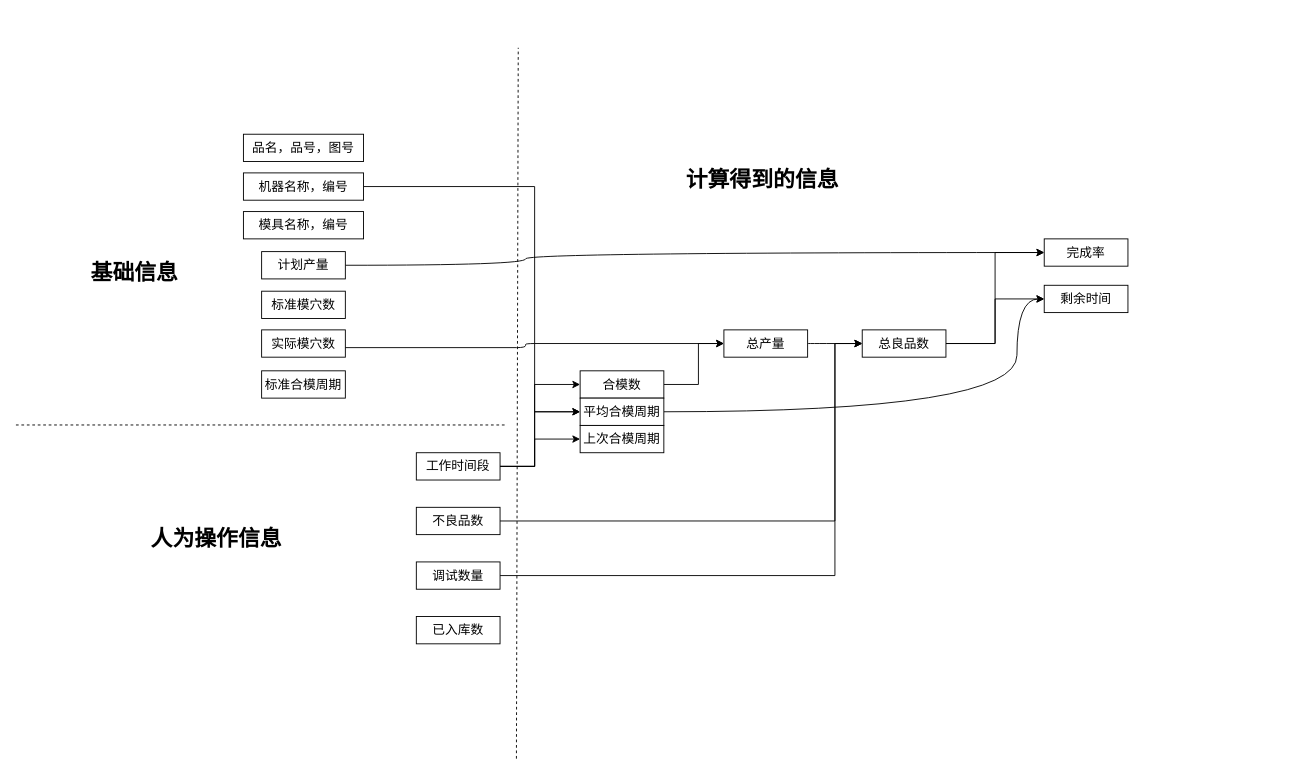
This is page "第 5 页" (5 of 5) of 未命名表单.drawio from k525056857/mfr, a draw.io file, before an edit. Source tidied: cells renumbered, new cells numbered last; positions are measured from the earlier drawing's top-left corner, leaving out a move shared by most shapes. Both pictures are drawn from the tidied source at 91%, with x=0, y=0 at pixel (15, 47).
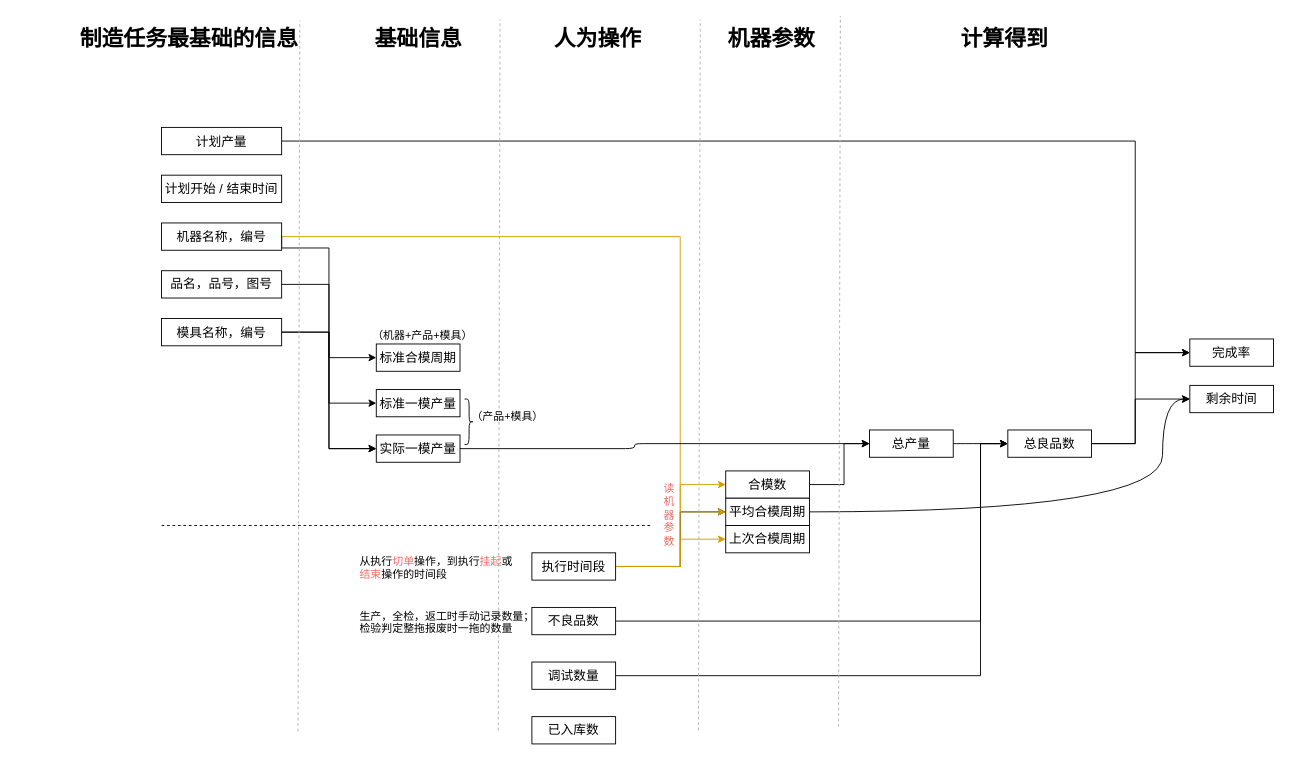
Above is the later version.

Commit message:
更新未命名表单.drawio

Diff of the diagram source:
```diff
@@
-    <mxCell id="2" value="标准模穴数" style="rounded=0;whiteSpace=wrap;html=1;fontSize=14;" parent="1" vertex="1">
-      <mxGeometry x="270" y="267.5" width="92" height="30" as="geometry" />
+    <mxCell id="2" value="标准一模产量" style="rounded=0;whiteSpace=wrap;html=1;fontSize=14;" parent="1" vertex="1">
+      <mxGeometry x="396" y="375.5" width="92" height="30" as="geometry" />
     </mxCell>
-    <mxCell id="3" value="实际模穴数" style="rounded=0;whiteSpace=wrap;html=1;fontSize=14;" parent="1" vertex="1">
-      <mxGeometry x="270" y="310" width="92" height="30" as="geometry" />
+    <mxCell id="3" value="实际一模产量" style="rounded=0;whiteSpace=wrap;html=1;fontSize=14;" parent="1" vertex="1">
+      <mxGeometry x="396" y="425.5" width="92" height="30" as="geometry" />
     </mxCell>
     <mxCell id="4" style="edgeStyle=orthogonalEdgeStyle;rounded=0;jettySize=auto;html=1;exitX=1;exitY=0.5;exitDx=0;exitDy=0;entryX=0;entryY=0.5;entryDx=0;entryDy=0;fontSize=14;" parent="1" edge="1" source="7" target="21">
       <mxGeometry relative="1" as="geometry">
         <Array as="points">
-          <mxPoint x="570" y="460" />
-          <mxPoint x="570" y="400" />
+          <mxPoint x="730" y="570" />
+          <mxPoint x="730" y="510" />
         </Array>
       </mxGeometry>
     </mxCell>
-    <mxCell id="5" style="edgeStyle=orthogonalEdgeStyle;rounded=0;jettySize=auto;html=1;exitX=1;exitY=0.5;exitDx=0;exitDy=0;entryX=0;entryY=0.5;entryDx=0;entryDy=0;fontSize=14;" parent="1" edge="1" source="7" target="22">
+    <mxCell id="5" style="edgeStyle=orthogonalEdgeStyle;rounded=0;jettySize=auto;html=1;exitX=1;exitY=0.5;exitDx=0;exitDy=0;entryX=0;entryY=0.5;entryDx=0;entryDy=0;fontSize=14;fillColor=#ffe6cc;strokeColor=#d79b00;" parent="1" edge="1" source="7" target="22">
       <mxGeometry relative="1" as="geometry">
         <Array as="points">
-          <mxPoint x="570" y="460" />
-          <mxPoint x="570" y="430" />
+          <mxPoint x="730" y="570" />
+          <mxPoint x="730" y="540" />
         </Array>
       </mxGeometry>
     </mxCell>
-    <mxCell id="6" style="edgeStyle=orthogonalEdgeStyle;rounded=0;jettySize=auto;html=1;exitX=1;exitY=0.5;exitDx=0;exitDy=0;entryX=0;entryY=0.5;entryDx=0;entryDy=0;fontSize=14;" parent="1" edge="1" source="7" target="19">
+    <mxCell id="6" style="edgeStyle=orthogonalEdgeStyle;rounded=0;jettySize=auto;html=1;exitX=1;exitY=0.5;exitDx=0;exitDy=0;entryX=0;entryY=0.5;entryDx=0;entryDy=0;fontSize=14;fillColor=#ffe6cc;strokeColor=#d79b00;" parent="1" edge="1" source="7" target="19">
       <mxGeometry relative="1" as="geometry">
         <Array as="points">
-          <mxPoint x="570" y="460" />
-          <mxPoint x="570" y="370" />
+          <mxPoint x="730" y="570" />
+          <mxPoint x="730" y="480" />
         </Array>
       </mxGeometry>
     </mxCell>
-    <mxCell id="7" value="工作时间段" style="rounded=0;whiteSpace=wrap;html=1;fontSize=14;" parent="1" vertex="1">
-      <mxGeometry x="440" y="445" width="92" height="30" as="geometry" />
+    <mxCell id="7" value="执行时间段" style="rounded=0;whiteSpace=wrap;html=1;fontSize=14;" parent="1" vertex="1">
+      <mxGeometry x="567" y="555" width="92" height="30" as="geometry" />
     </mxCell>
     <mxCell id="8" style="edgeStyle=orthogonalEdgeStyle;rounded=0;jettySize=auto;html=1;exitX=1;exitY=0.5;exitDx=0;exitDy=0;entryX=0;entryY=0.5;entryDx=0;entryDy=0;fontSize=14;" parent="1" edge="1" source="9" target="28">
       <mxGeometry relative="1" as="geometry">
         <Array as="points">
-          <mxPoint x="900" y="520" />
-          <mxPoint x="900" y="325" />
+          <mxPoint x="1060" y="630" />
+          <mxPoint x="1060" y="435" />
         </Array>
       </mxGeometry>
     </mxCell>
     <mxCell id="9" value="不良品数" style="rounded=0;whiteSpace=wrap;html=1;fontSize=14;" parent="1" vertex="1">
-      <mxGeometry x="440" y="505" width="92" height="30" as="geometry" />
+      <mxGeometry x="567" y="615" width="92" height="30" as="geometry" />
     </mxCell>
     <mxCell id="10" value="已入库数" style="rounded=0;whiteSpace=wrap;html=1;fontSize=14;" parent="1" vertex="1">
-      <mxGeometry x="440" y="625" width="92" height="30" as="geometry" />
+      <mxGeometry x="567" y="735" width="92" height="30" as="geometry" />
     </mxCell>
+    <mxCell id="38" style="edgeStyle=orthogonalEdgeStyle;rounded=0;jettySize=auto;html=1;exitX=1;exitY=0.5;exitDx=0;exitDy=0;entryX=0;entryY=0.5;entryDx=0;entryDy=0;" parent="1" edge="1" source="11" target="3">
+      <mxGeometry relative="1" as="geometry" />
+    </mxCell>
     <mxCell id="11" value="品名，品号，图号" style="rounded=0;whiteSpace=wrap;html=1;fontSize=14;" parent="1" vertex="1">
-      <mxGeometry x="250" y="95" width="132" height="30" as="geometry" />
+      <mxGeometry x="160" y="245" width="132" height="30" as="geometry" />
     </mxCell>
-    <mxCell id="12" style="edgeStyle=orthogonalEdgeStyle;rounded=0;jettySize=auto;html=1;exitX=1;exitY=0.5;exitDx=0;exitDy=0;entryX=0;entryY=0.5;entryDx=0;entryDy=0;fontSize=14;" parent="1" edge="1" source="13" target="21">
+    <mxCell id="12" style="edgeStyle=orthogonalEdgeStyle;rounded=0;jettySize=auto;html=1;exitX=1;exitY=0.5;exitDx=0;exitDy=0;entryX=0;entryY=0.5;entryDx=0;entryDy=0;fontSize=14;fillColor=#ffe6cc;strokeColor=#d79b00;" parent="1" edge="1" source="13" target="21">
       <mxGeometry relative="1" as="geometry">
         <Array as="points">
-          <mxPoint x="570" y="153" />
-          <mxPoint x="570" y="400" />
+          <mxPoint x="730" y="208" />
+          <mxPoint x="730" y="510" />
         </Array>
       </mxGeometry>
     </mxCell>
+    <mxCell id="39" style="edgeStyle=orthogonalEdgeStyle;rounded=0;jettySize=auto;html=1;exitX=1;exitY=0.5;exitDx=0;exitDy=0;entryX=0;entryY=0.5;entryDx=0;entryDy=0;" parent="1" edge="1" source="13" target="15">
+      <mxGeometry relative="1" as="geometry">
+        <Array as="points">
+          <mxPoint x="292" y="220" />
+          <mxPoint x="344" y="220" />
+          <mxPoint x="344" y="341" />
+        </Array>
+      </mxGeometry>
+    </mxCell>
     <mxCell id="13" value="机器名称，编号" style="rounded=0;whiteSpace=wrap;html=1;fontSize=14;" parent="1" vertex="1">
-      <mxGeometry x="250" y="137.5" width="132" height="30" as="geometry" />
+      <mxGeometry x="160" y="192.5" width="132" height="30" as="geometry" />
     </mxCell>
+    <mxCell id="40" style="edgeStyle=orthogonalEdgeStyle;rounded=0;jettySize=auto;html=1;exitX=1;exitY=0.5;exitDx=0;exitDy=0;entryX=0;entryY=0.5;entryDx=0;entryDy=0;" parent="1" edge="1" source="14" target="3">
+      <mxGeometry relative="1" as="geometry" />
+    </mxCell>
+    <mxCell id="41" style="edgeStyle=orthogonalEdgeStyle;rounded=0;jettySize=auto;html=1;exitX=1;exitY=0.5;exitDx=0;exitDy=0;entryX=0;entryY=0.5;entryDx=0;entryDy=0;" parent="1" edge="1" source="14" target="2">
+      <mxGeometry relative="1" as="geometry" />
+    </mxCell>
     <mxCell id="14" value="模具名称，编号" style="rounded=0;whiteSpace=wrap;html=1;fontSize=14;" parent="1" vertex="1">
-      <mxGeometry x="250" y="180" width="132" height="30" as="geometry" />
+      <mxGeometry x="160" y="297.5" width="132" height="30" as="geometry" />
     </mxCell>
     <mxCell id="15" value="标准合模周期" style="rounded=0;whiteSpace=wrap;html=1;fontSize=14;" parent="1" vertex="1">
-      <mxGeometry x="270" y="355" width="92" height="30" as="geometry" />
+      <mxGeometry x="396" y="325.5" width="92" height="30" as="geometry" />
     </mxCell>
     <mxCell id="16" style="edgeStyle=orthogonalEdgeStyle;rounded=0;jettySize=auto;html=1;exitX=1;exitY=0.5;exitDx=0;exitDy=0;entryX=0;entryY=0.5;entryDx=0;entryDy=0;fontSize=14;" parent="1" edge="1" source="17" target="28">
       <mxGeometry relative="1" as="geometry">
         <Array as="points">
-          <mxPoint x="900" y="580" />
-          <mxPoint x="900" y="325" />
+          <mxPoint x="1060" y="690" />
+          <mxPoint x="1060" y="435" />
         </Array>
       </mxGeometry>
     </mxCell>
     <mxCell id="17" value="调试数量" style="rounded=0;whiteSpace=wrap;html=1;fontSize=14;" parent="1" vertex="1">
-      <mxGeometry x="440" y="565" width="92" height="30" as="geometry" />
+      <mxGeometry x="567" y="675" width="92" height="30" as="geometry" />
     </mxCell>
     <mxCell id="18" style="edgeStyle=orthogonalEdgeStyle;rounded=0;jettySize=auto;html=1;exitX=1;exitY=0.5;exitDx=0;exitDy=0;entryX=0;entryY=0.5;entryDx=0;entryDy=0;fontSize=14;" parent="1" edge="1" source="19" target="37">
       <mxGeometry relative="1" as="geometry">
         <Array as="points">
-          <mxPoint x="750" y="370" />
-          <mxPoint x="750" y="325" />
+          <mxPoint x="910" y="480" />
+          <mxPoint x="910" y="435" />
         </Array>
       </mxGeometry>
     </mxCell>
     <mxCell id="19" value="合模数" style="rounded=0;whiteSpace=wrap;html=1;fontSize=14;" parent="1" vertex="1">
-      <mxGeometry x="620" y="355" width="92" height="30" as="geometry" />
+      <mxGeometry x="780" y="465" width="92" height="30" as="geometry" />
     </mxCell>
     <mxCell id="20" style="edgeStyle=orthogonalEdgeStyle;rounded=0;jettySize=auto;html=1;exitX=1;exitY=0.5;exitDx=0;exitDy=0;entryX=0;entryY=0.5;entryDx=0;entryDy=0;fontSize=14;curved=1;" parent="1" edge="1" source="21" target="33">
       <mxGeometry relative="1" as="geometry">
         <Array as="points">
-          <mxPoint x="1100" y="400" />
-          <mxPoint x="1100" y="276" />
+          <mxPoint x="1260" y="510" />
+          <mxPoint x="1260" y="386" />
         </Array>
       </mxGeometry>
     </mxCell>
     <mxCell id="21" value="平均合模周期" style="rounded=0;whiteSpace=wrap;html=1;fontSize=14;" parent="1" vertex="1">
-      <mxGeometry x="620" y="385" width="92" height="30" as="geometry" />
+      <mxGeometry x="780" y="495" width="92" height="30" as="geometry" />
     </mxCell>
     <mxCell id="22" value="上次合模周期" style="rounded=0;whiteSpace=wrap;html=1;fontSize=14;" parent="1" vertex="1">
-      <mxGeometry x="620" y="415" width="92" height="30" as="geometry" />
+      <mxGeometry x="780" y="525" width="92" height="30" as="geometry" />
     </mxCell>
     <mxCell id="23" style="endArrow=none;dashed=1;html=1;fontSize=14;" parent="1" edge="1">
       <mxGeometry relative="1" as="geometry">
-        <mxPoint y="414.5" as="sourcePoint" />
-        <mxPoint x="540" y="414.5" as="targetPoint" />
+        <mxPoint x="160" y="525" as="sourcePoint" />
+        <mxPoint x="700" y="525" as="targetPoint" />
       </mxGeometry>
     </mxCell>
     <mxCell id="24" value="基础信息" style="text;strokeColor=none;fillColor=none;html=1;fontSize=24;fontStyle=1;verticalAlign=middle;align=center;" parent="1" vertex="1">
-      <mxGeometry x="80" y="228" width="100" height="40" as="geometry" />
+      <mxGeometry x="392" y="-30" width="100" height="40" as="geometry" />
     </mxCell>
-    <mxCell id="25" value="人为操作信息" style="text;strokeColor=none;fillColor=none;html=1;fontSize=24;fontStyle=1;verticalAlign=middle;align=center;" parent="1" vertex="1">
-      <mxGeometry x="170" y="520" width="100" height="40" as="geometry" />
+    <mxCell id="25" value="人为操作" style="text;strokeColor=none;fillColor=none;html=1;fontSize=24;fontStyle=1;verticalAlign=middle;align=center;" parent="1" vertex="1">
+      <mxGeometry x="589" y="-29.8" width="100" height="40" as="geometry" />
     </mxCell>
     <mxCell id="26" style="edgeStyle=orthogonalEdgeStyle;rounded=0;jettySize=auto;html=1;exitX=1;exitY=0.5;exitDx=0;exitDy=0;entryX=0;entryY=0.5;entryDx=0;entryDy=0;fontSize=14;" parent="1" edge="1" source="28" target="32">
-      <mxGeometry relative="1" as="geometry" />
+      <mxGeometry relative="1" as="geometry">
+        <Array as="points">
+          <mxPoint x="1230" y="435" />
+          <mxPoint x="1230" y="335" />
+        </Array>
+      </mxGeometry>
     </mxCell>
     <mxCell id="27" style="edgeStyle=orthogonalEdgeStyle;rounded=0;jettySize=auto;html=1;exitX=1;exitY=0.5;exitDx=0;exitDy=0;entryX=0;entryY=0.5;entryDx=0;entryDy=0;fontSize=14;" parent="1" edge="1" source="28" target="33">
-      <mxGeometry relative="1" as="geometry" />
+      <mxGeometry relative="1" as="geometry">
+        <Array as="points">
+          <mxPoint x="1230" y="435" />
+          <mxPoint x="1230" y="386" />
+        </Array>
+      </mxGeometry>
     </mxCell>
     <mxCell id="28" value="总良品数" style="rounded=0;whiteSpace=wrap;html=1;fontSize=14;" parent="1" vertex="1">
-      <mxGeometry x="930" y="310" width="92" height="30" as="geometry" />
+      <mxGeometry x="1090" y="420" width="92" height="30" as="geometry" />
     </mxCell>
-    <mxCell id="29" style="edgeStyle=orthogonalEdgeStyle;curved=1;rounded=0;jettySize=auto;html=1;exitX=1;exitY=0.5;exitDx=0;exitDy=0;entryX=0;entryY=0.5;entryDx=0;entryDy=0;fontSize=14;" parent="1" edge="1" source="30" target="32">
+    <mxCell id="29" style="edgeStyle=orthogonalEdgeStyle;rounded=0;jettySize=auto;html=1;exitX=1;exitY=0.5;exitDx=0;exitDy=0;entryX=0;entryY=0.5;entryDx=0;entryDy=0;" parent="1" edge="1" source="30" target="32">
       <mxGeometry relative="1" as="geometry">
         <Array as="points">
-          <mxPoint x="560" y="239" />
-          <mxPoint x="560" y="225" />
+          <mxPoint x="1230" y="103" />
+          <mxPoint x="1230" y="335" />
         </Array>
       </mxGeometry>
     </mxCell>
     <mxCell id="30" value="计划产量" style="rounded=0;whiteSpace=wrap;html=1;fontSize=14;" parent="1" vertex="1">
-      <mxGeometry x="270" y="224" width="92" height="30" as="geometry" />
+      <mxGeometry x="160" y="87.5" width="132" height="30" as="geometry" />
     </mxCell>
-    <mxCell id="31" style="edgeStyle=elbowEdgeStyle;elbow=horizontal;endArrow=classic;html=1;fontSize=14;entryX=0;entryY=0.5;entryDx=0;entryDy=0;" parent="1" edge="1" target="37">
+    <mxCell id="31" style="edgeStyle=elbowEdgeStyle;elbow=horizontal;endArrow=classic;html=1;fontSize=14;entryX=0;entryY=0.5;entryDx=0;entryDy=0;exitX=1;exitY=0.5;exitDx=0;exitDy=0;" parent="1" edge="1" source="3" target="37">
       <mxGeometry relative="1" as="geometry">
-        <mxPoint x="362" y="329.5" as="sourcePoint" />
         <Array as="points">
-          <mxPoint x="560" y="325" />
-          <mxPoint x="550" y="325" />
+          <mxPoint x="680" y="441" />
+          <mxPoint x="670" y="441" />
+          <mxPoint x="670" y="440" />
+          <mxPoint x="700" y="440" />
+          <mxPoint x="690" y="435" />
         </Array>
       </mxGeometry>
     </mxCell>
     <mxCell id="32" value="完成率" style="rounded=0;whiteSpace=wrap;html=1;fontSize=14;" parent="1" vertex="1">
-      <mxGeometry x="1130" y="210" width="92" height="30" as="geometry" />
+      <mxGeometry x="1290" y="320" width="92" height="30" as="geometry" />
     </mxCell>
     <mxCell id="33" value="剩余时间" style="rounded=0;whiteSpace=wrap;html=1;fontSize=14;" parent="1" vertex="1">
-      <mxGeometry x="1130" y="261" width="92" height="30" as="geometry" />
+      <mxGeometry x="1290" y="371" width="92" height="30" as="geometry" />
     </mxCell>
-    <mxCell id="34" style="endArrow=none;dashed=1;html=1;fontSize=14;" parent="1" edge="1">
+    <mxCell id="34" style="endArrow=none;dashed=1;html=1;fontSize=14;strokeColor=#B0B0B0;" parent="1" edge="1">
       <mxGeometry relative="1" as="geometry">
-        <mxPoint x="550" y="781.2" as="sourcePoint" />
-        <mxPoint x="552" as="targetPoint" />
+        <mxPoint x="530" y="750.2" as="sourcePoint" />
+        <mxPoint x="532" y="-31" as="targetPoint" />
       </mxGeometry>
     </mxCell>
-    <mxCell id="35" value="计算得到的信息" style="text;strokeColor=none;fillColor=none;html=1;fontSize=24;fontStyle=1;verticalAlign=middle;align=center;" parent="1" vertex="1">
-      <mxGeometry x="770" y="125" width="100" height="40" as="geometry" />
+    <mxCell id="35" value="计算得到" style="text;strokeColor=none;fillColor=none;html=1;fontSize=24;fontStyle=1;verticalAlign=middle;align=center;" parent="1" vertex="1">
+      <mxGeometry x="1036" y="-30" width="100" height="40" as="geometry" />
     </mxCell>
@@
     <mxCell id="37" value="总产量" style="rounded=0;whiteSpace=wrap;html=1;fontSize=14;" parent="1" vertex="1">
-      <mxGeometry x="778" y="310" width="92" height="30" as="geometry" />
+      <mxGeometry x="938" y="420" width="92" height="30" as="geometry" />
     </mxCell>
+    <mxCell id="42" value="（产品+模具）" style="text;html=1;align=left;verticalAlign=top;spacingTop=-4;" parent="1" vertex="1">
+      <mxGeometry x="499" y="395.5" width="90" height="20" as="geometry" />
+    </mxCell>
+    <mxCell id="43" value="（机器+产品+模具）" style="text;html=1;align=left;verticalAlign=top;spacingTop=-4;" parent="1" vertex="1">
+      <mxGeometry x="390" y="305.5" width="130" height="20" as="geometry" />
+    </mxCell>
+    <mxCell id="44" style="shape=curlyBracket;whiteSpace=wrap;html=1;rounded=1;rotation=180;" parent="1" vertex="1">
+      <mxGeometry x="493" y="386" width="10" height="50" as="geometry" />
+    </mxCell>
+    <mxCell id="45" value="计划开始 / 结束时间" style="rounded=0;whiteSpace=wrap;html=1;fontSize=14;" parent="1" vertex="1">
+      <mxGeometry x="160" y="140" width="132" height="30" as="geometry" />
+    </mxCell>
+    <mxCell id="46" style="endArrow=none;dashed=1;html=1;fontSize=14;strokeColor=#B0B0B0;" parent="1" edge="1">
+      <mxGeometry relative="1" as="geometry">
+        <mxPoint x="750" y="750.2" as="sourcePoint" />
+        <mxPoint x="752" y="-31" as="targetPoint" />
+      </mxGeometry>
+    </mxCell>
+    <mxCell id="47" value="读&lt;br&gt;机&lt;br&gt;器&lt;br&gt;参&lt;br&gt;数&lt;br&gt;" style="text;html=1;align=left;verticalAlign=top;spacingTop=-4;rotation=0;fontColor=#EA6B66;" parent="1" vertex="1">
+      <mxGeometry x="710" y="475" width="30" height="70" as="geometry" />
+    </mxCell>
+    <mxCell id="48" style="endArrow=none;dashed=1;html=1;fontSize=14;strokeColor=#B0B0B0;" parent="1" edge="1">
+      <mxGeometry relative="1" as="geometry">
+        <mxPoint x="904" y="746.2" as="sourcePoint" />
+        <mxPoint x="906" y="-35" as="targetPoint" />
+      </mxGeometry>
+    </mxCell>
+    <mxCell id="49" value="机器参数" style="text;strokeColor=none;fillColor=none;html=1;fontSize=24;fontStyle=1;verticalAlign=middle;align=center;" parent="1" vertex="1">
+      <mxGeometry x="780" y="-29.8" width="100" height="40" as="geometry" />
+    </mxCell>
+    <mxCell id="50" style="endArrow=none;dashed=1;html=1;fontSize=14;strokeColor=#B0B0B0;" parent="1" edge="1">
+      <mxGeometry relative="1" as="geometry">
+        <mxPoint x="310" y="751.2" as="sourcePoint" />
+        <mxPoint x="312" y="-30" as="targetPoint" />
+      </mxGeometry>
+    </mxCell>
+    <mxCell id="51" value="制造任务最基础的信息" style="text;strokeColor=none;fillColor=none;html=1;fontSize=24;fontStyle=1;verticalAlign=middle;align=center;" parent="1" vertex="1">
+      <mxGeometry x="140" y="-30" width="100" height="40" as="geometry" />
+    </mxCell>
+    <mxCell id="52" value="生产，全检，返工时手动记录数量；&lt;br&gt;检验判定整拖报废时一拖的数量" style="text;html=1;align=left;verticalAlign=top;spacingTop=-4;fontColor=#000000;" parent="1" vertex="1">
+      <mxGeometry x="376" y="615" width="210" height="30" as="geometry" />
+    </mxCell>
+    <mxCell id="53" value="从执行&lt;font color=&quot;#ff6666&quot;&gt;切单&lt;/font&gt;操作，到执行&lt;font color=&quot;#ff6666&quot;&gt;挂起&lt;/font&gt;或&lt;br&gt;&lt;font color=&quot;#ff6666&quot;&gt;结束&lt;/font&gt;操作的时间段" style="text;html=1;align=left;verticalAlign=top;spacingTop=-4;fontColor=#000000;" parent="1" vertex="1">
+      <mxGeometry x="376" y="555" width="180" height="30" as="geometry" />
+    </mxCell>
```
